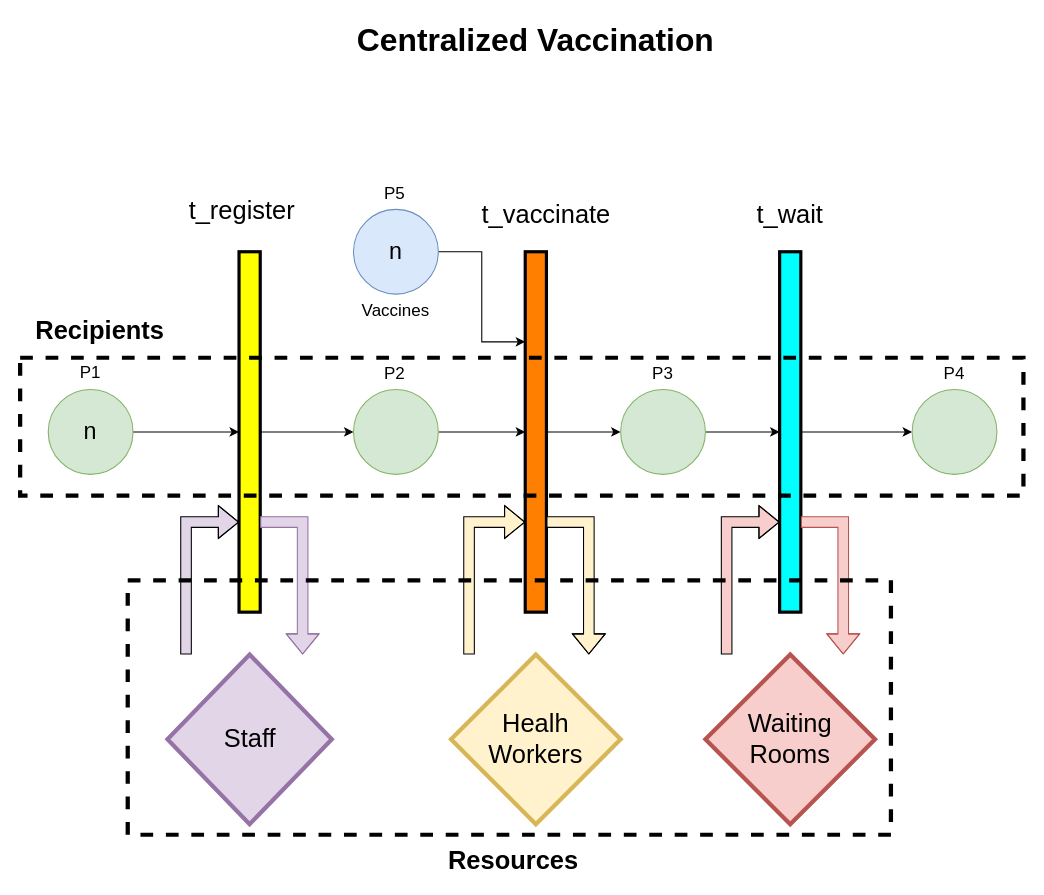
This is Centralized Vaccination/Plots/Petri Net for centralized Vaccination.drawio from MohammedGuniem/Simulation-of-Mobile-Versus-Centralized-Vaccination-Programs-using-GenSIM, a draw.io file, before an edit. Source tidied: cells renumbered, new cells numbered last; positions are measured from the earlier drawing's top-left corner, leaving out a move shared by most shapes. Both pictures are drawn from the tidied source at 106%, with x=0, y=0 at pixel (20, 18).
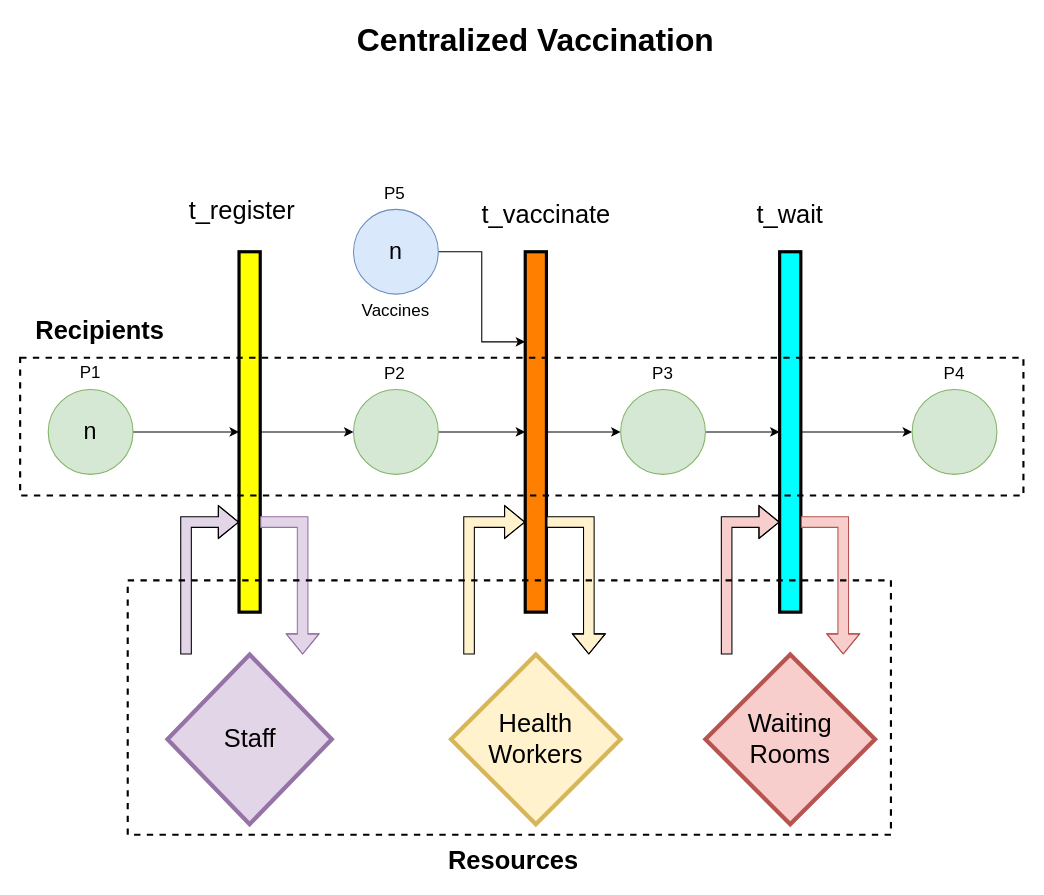
Above is the later version.

Commit message (it also covers changes not shown here):
Added common pre and post precessors and correct a misnaming in the draw of the petri net

What changed in the source:
```diff
@@
-    <mxCell id="34" style="rounded=0;whiteSpace=wrap;html=1;strokeWidth=4;fillColor=none;dashed=1;" parent="1" vertex="1">
+    <mxCell id="34" style="rounded=0;whiteSpace=wrap;html=1;strokeWidth=2;fillColor=none;dashed=1;" parent="1" vertex="1">
       <mxGeometry x="101" y="530" width="720" height="240" as="geometry" />
     </mxCell>
@@
-    <mxCell id="37" value="Healh Workers" style="rhombus;whiteSpace=wrap;html=1;fillColor=#fff2cc;strokeColor=#d6b656;strokeWidth=4;fontSize=24;" parent="1" vertex="1">
+    <mxCell id="37" value="Health Workers" style="rhombus;whiteSpace=wrap;html=1;fillColor=#fff2cc;strokeColor=#d6b656;strokeWidth=4;fontSize=24;" parent="1" vertex="1">
       <mxGeometry x="406" y="600" width="160" height="160" as="geometry" />
     </mxCell>
-    <mxCell id="38" style="rounded=0;whiteSpace=wrap;html=1;dashed=1;fontSize=24;strokeWidth=4;fillColor=none;" parent="1" vertex="1">
+    <mxCell id="38" style="rounded=0;whiteSpace=wrap;html=1;dashed=1;fontSize=24;strokeWidth=2;fillColor=none;" parent="1" vertex="1">
       <mxGeometry x="-0.5" y="320" width="946.5" height="130" as="geometry" />
     </mxCell>
```
